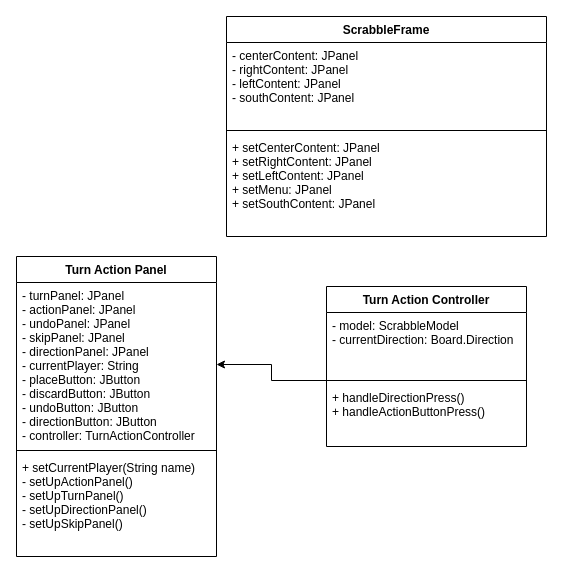
trk20/Scuffle keeps this draw.io diagram as UML/ScrabbleFrameTurnAction.drawio. Above is the earlier version. Source tidied: cells renumbered, new cells numbered last; positions are measured from the earlier drawing's top-left corner, leaving out a move shared by most shapes. Both pictures are drawn from the tidied source at 100%, with x=0, y=0 at pixel (16, 16).
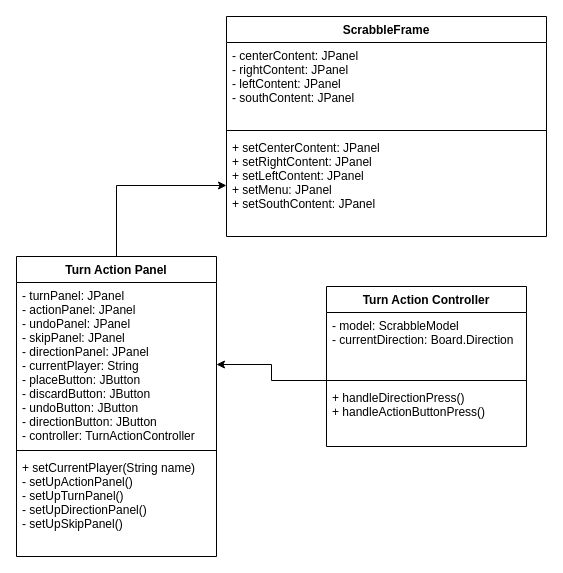
The same diagram, later.

Diff of the diagram source:
```diff
@@
 <mxGraphModel>
   <root>
     <mxCell id="0" />
     <mxCell id="1" parent="0" />
     <mxCell id="2" value="ScrabbleFrame" style="swimlane;fontStyle=1;align=center;verticalAlign=top;horizontal=1;startSize=26;" parent="1" vertex="1">
       <mxGeometry x="210" width="320" height="220" as="geometry" />
     </mxCell>
     <mxCell id="3" value="- centerContent: JPanel&#10;- rightContent: JPanel&#10;- leftContent: JPanel&#10;- southContent: JPanel&#10;" style="text;strokeColor=none;fillColor=none;align=left;verticalAlign=top;spacingLeft=4;spacingRight=4;overflow=hidden;" parent="2" vertex="1">
       <mxGeometry y="26" width="320" height="84" as="geometry" />
     </mxCell>
     <mxCell id="4" style="line;strokeWidth=1;fillColor=none;align=left;verticalAlign=middle;spacingTop=-1;spacingLeft=3;spacingRight=3;labelPosition=right;" parent="2" vertex="1">
       <mxGeometry y="110" width="320" height="8" as="geometry" />
     </mxCell>
     <mxCell id="5" value="+ setCenterContent: JPanel&#10;+ setRightContent: JPanel&#10;+ setLeftContent: JPanel&#10;+ setMenu: JPanel&#10;+ setSouthContent: JPanel" style="text;strokeColor=none;fillColor=none;align=left;verticalAlign=top;spacingLeft=4;spacingRight=4;overflow=hidden;points=[[0,0.5],[1,0.5]];portConstraint=eastwest;" parent="2" vertex="1">
       <mxGeometry y="118" width="320" height="102" as="geometry" />
     </mxCell>
+    <mxCell id="15" style="edgeStyle=orthogonalEdgeStyle;rounded=0;jettySize=auto;html=1;entryX=0;entryY=0.5;entryDx=0;entryDy=0;" parent="1" edge="1" source="6" target="5">
+      <mxGeometry relative="1" as="geometry" />
+    </mxCell>
     <mxCell id="6" value="Turn Action Panel" style="swimlane;fontStyle=1;align=center;verticalAlign=top;horizontal=1;startSize=26;" parent="1" vertex="1">
       <mxGeometry y="240" width="200" height="300" as="geometry" />
     </mxCell>
     <mxCell id="7" value="- turnPanel: JPanel&#10;- actionPanel: JPanel&#10;- undoPanel: JPanel&#10;- skipPanel: JPanel&#10;- directionPanel: JPanel&#10;- currentPlayer: String&#10;- placeButton: JButton&#10;- discardButton: JButton&#10;- undoButton: JButton&#10;- directionButton: JButton&#10;- controller: TurnActionController" style="text;strokeColor=none;fillColor=none;align=left;verticalAlign=top;spacingLeft=4;spacingRight=4;overflow=hidden;points=[[0,0.5],[1,0.5]];portConstraint=eastwest;" parent="6" vertex="1">
       <mxGeometry y="26" width="200" height="164" as="geometry" />
     </mxCell>
     <mxCell id="8" style="line;strokeWidth=1;fillColor=none;align=left;verticalAlign=middle;spacingTop=-1;spacingLeft=3;spacingRight=3;labelPosition=right;" parent="6" vertex="1">
       <mxGeometry y="190" width="200" height="8" as="geometry" />
     </mxCell>
     <mxCell id="9" value="+ setCurrentPlayer(String name)&#10;- setUpActionPanel()&#10;- setUpTurnPanel()&#10;- setUpDirectionPanel()&#10;- setUpSkipPanel()" style="text;strokeColor=none;fillColor=none;align=left;verticalAlign=top;spacingLeft=4;spacingRight=4;overflow=hidden;" parent="6" vertex="1">
       <mxGeometry y="198" width="200" height="102" as="geometry" />
     </mxCell>
     <mxCell id="10" value="Turn Action Controller" style="swimlane;fontStyle=1;align=center;verticalAlign=top;horizontal=1;startSize=26;" parent="1" vertex="1">
       <mxGeometry x="310" y="270" width="200" height="160" as="geometry" />
     </mxCell>
     <mxCell id="11" value="- model: ScrabbleModel&#10;- currentDirection: Board.Direction&#10;" style="text;strokeColor=none;fillColor=none;align=left;verticalAlign=top;spacingLeft=4;spacingRight=4;overflow=hidden;" parent="10" vertex="1">
       <mxGeometry y="26" width="200" height="64" as="geometry" />
     </mxCell>
     <mxCell id="12" style="line;strokeWidth=1;fillColor=none;align=left;verticalAlign=middle;spacingTop=-1;spacingLeft=3;spacingRight=3;labelPosition=right;points=[];portConstraint=eastwest;" parent="10" vertex="1">
       <mxGeometry y="90" width="200" height="8" as="geometry" />
     </mxCell>
     <mxCell id="13" value="+ handleDirectionPress()&#10;+ handleActionButtonPress()" style="text;strokeColor=none;fillColor=none;align=left;verticalAlign=top;spacingLeft=4;spacingRight=4;overflow=hidden;" parent="10" vertex="1">
       <mxGeometry y="98" width="200" height="62" as="geometry" />
     </mxCell>
     <mxCell id="14" style="edgeStyle=orthogonalEdgeStyle;rounded=0;jettySize=auto;html=1;" parent="1" edge="1" source="12" target="7">
       <mxGeometry relative="1" as="geometry" />
     </mxCell>
   </root>
 </mxGraphModel>
```
